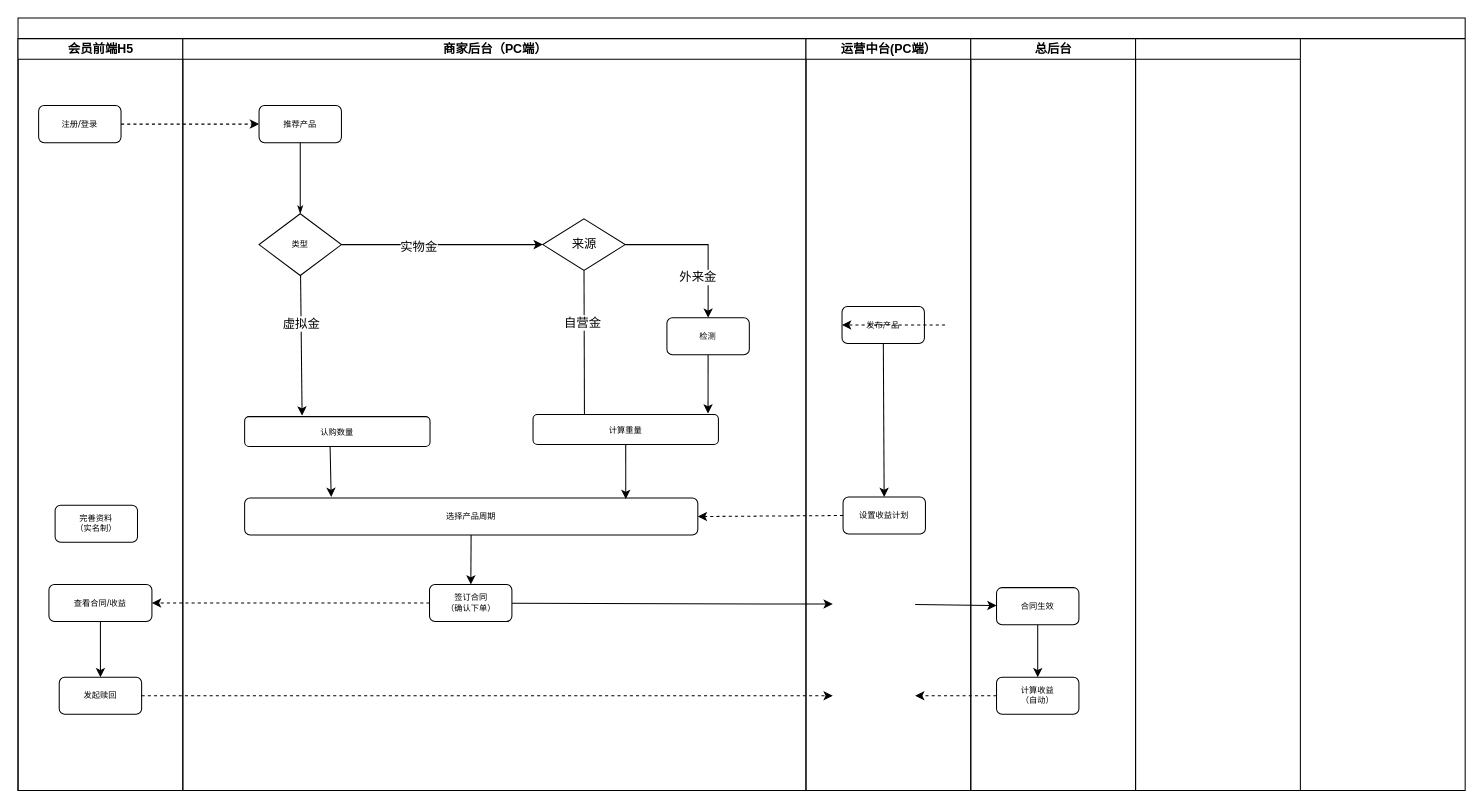
Above: page "产业链" (2 of 3) of Untitled Diagram.drawio in ics86/ThisIsTest (draw.io), before the change. Source tidied: cells renumbered, new cells numbered last; positions are measured from the earlier drawing's top-left corner, leaving out a move shared by most shapes. Both pictures are drawn from the tidied source at 103%, with x=0, y=0 at pixel (18, 18).
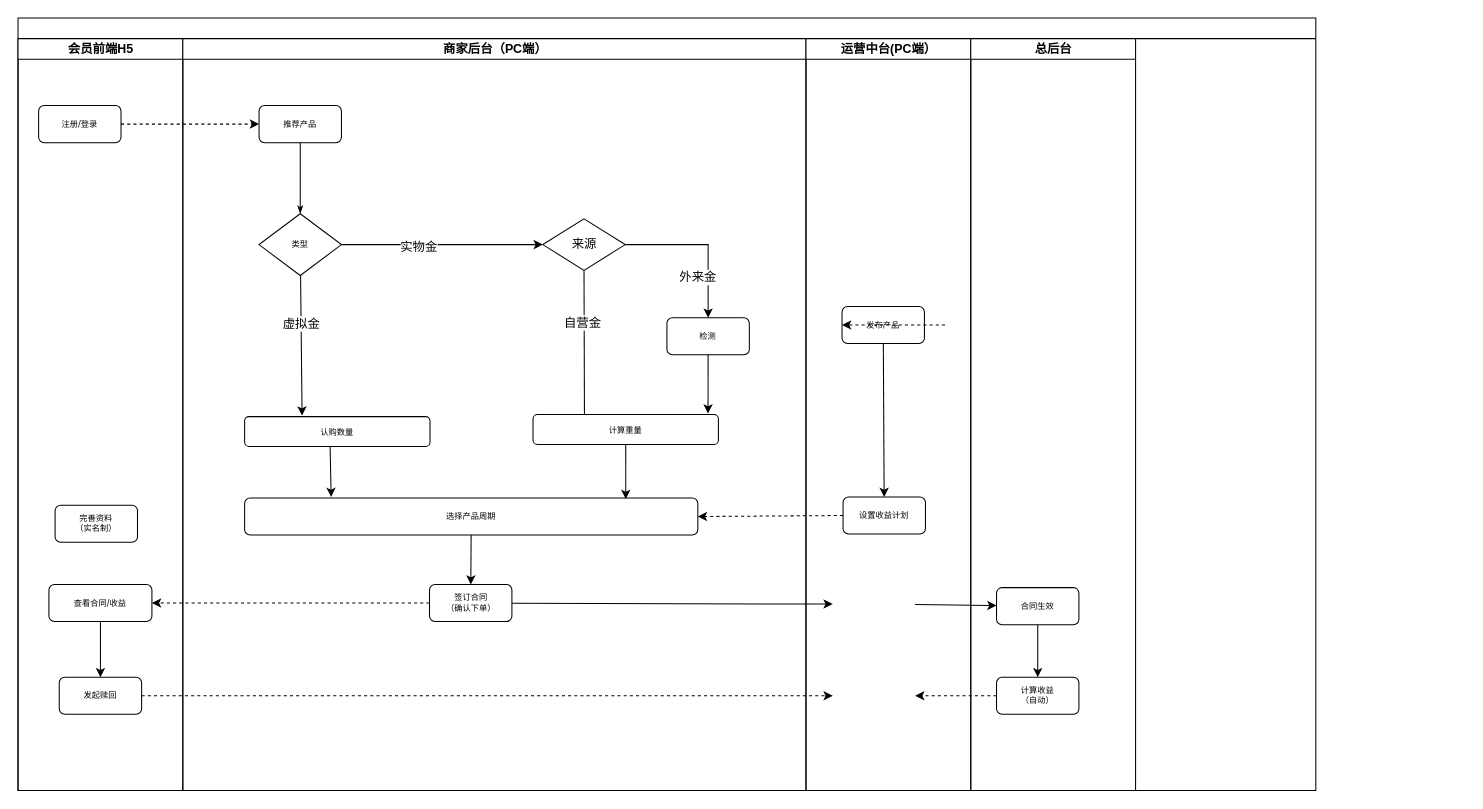
The same page after the edit.

Commit message:
金仕-产业链(商城2.0）

Change to the diagram source:
```diff
@@
     <mxCell id="2" style="swimlane;html=1;startSize=20;rounded=0;shadow=0;labelBackgroundColor=none;strokeColor=#000000;strokeWidth=1;fillColor=#ffffff;fontFamily=Verdana;fontSize=8;fontColor=#000000;align=center;" parent="1" vertex="1">
-      <mxGeometry width="1405" height="750" as="geometry" />
+      <mxGeometry width="1260" height="750" as="geometry" />
     </mxCell>
@@
-    <mxCell id="40" style="swimlane;html=1;startSize=20;" parent="2" vertex="1">
-      <mxGeometry x="1085" y="20" width="160" height="730" as="geometry" />
-    </mxCell>
```
